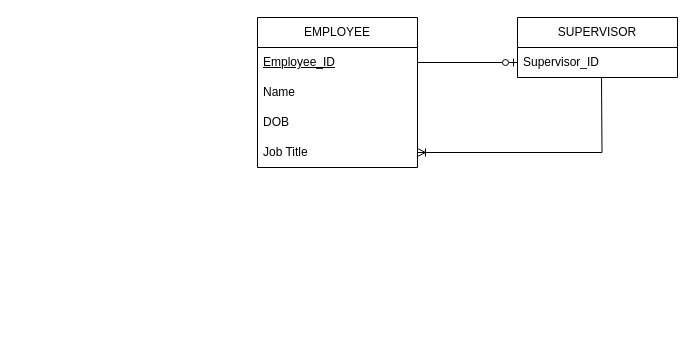
Before: Homework1.drawio in ngimpWT/CIDM3350, a draw.io diagram. Source tidied: cells renumbered, new cells numbered last; positions are measured from the earlier drawing's top-left corner, leaving out a move shared by most shapes. Both pictures are drawn from the tidied source at 100%, with x=0, y=0 at pixel (257, 17).
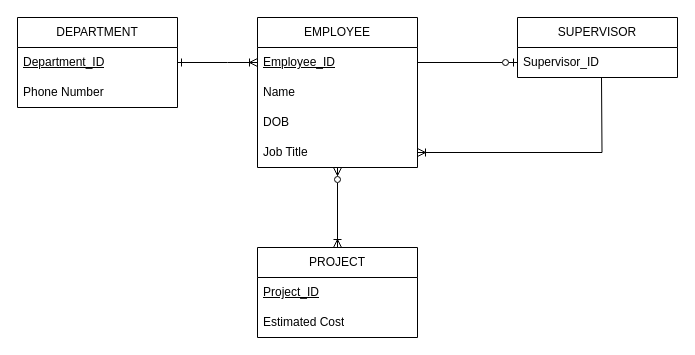
Above is the later version.

The change refers to these unchanged cells:
```xml
<mxCell id="2" value="EMPLOYEE" style="swimlane;fontStyle=0;horizontal=1;startSize=30;whiteSpace=wrap;html=1;" parent="1" vertex="1">
  <mxGeometry width="160" height="150" as="geometry" />
</mxCell>
<mxCell id="3" value="&lt;u&gt;Employee_ID&lt;/u&gt;" style="text;strokeColor=none;fillColor=none;align=left;verticalAlign=middle;spacingLeft=4;spacingRight=4;overflow=hidden;points=[[0,0.5],[1,0.5]];portConstraint=eastwest;whiteSpace=wrap;html=1;" parent="2" vertex="1">
  <mxGeometry y="30" width="160" height="30" as="geometry" />
</mxCell>
```

Change to the diagram source:
```diff
@@
+    <mxCell id="12" style="edgeStyle=orthogonalEdgeStyle;rounded=0;jettySize=auto;html=1;endArrow=ERoneToMany;endFill=0;startArrow=ERzeroToMany;startFill=0;" parent="1" edge="1" source="2" target="14">
+      <mxGeometry relative="1" as="geometry" />
+    </mxCell>
+    <mxCell id="13" style="rounded=0;jettySize=auto;html=1;exitX=0;exitY=0.5;exitDx=0;exitDy=0;startArrow=ERoneToMany;startFill=0;endArrow=ERone;endFill=0;" parent="1" edge="1" source="3" target="17">
+      <mxGeometry relative="1" as="geometry">
+        <Array as="points">
+          <mxPoint x="-30" y="45" />
+        </Array>
+      </mxGeometry>
+    </mxCell>
@@
+    <mxCell id="14" value="PROJECT" style="swimlane;fontStyle=0;horizontal=1;startSize=30;whiteSpace=wrap;html=1;" parent="1" vertex="1">
+      <mxGeometry y="230" width="160" height="90" as="geometry" />
+    </mxCell>
+    <mxCell id="15" value="&lt;u&gt;Project_ID&lt;/u&gt;" style="text;strokeColor=none;fillColor=none;align=left;verticalAlign=middle;spacingLeft=4;spacingRight=4;overflow=hidden;whiteSpace=wrap;html=1;" parent="14" vertex="1">
+      <mxGeometry y="30" width="160" height="30" as="geometry" />
+    </mxCell>
+    <mxCell id="16" value="Estimated Cost" style="text;strokeColor=none;fillColor=none;align=left;verticalAlign=middle;spacingLeft=4;spacingRight=4;overflow=hidden;whiteSpace=wrap;html=1;" parent="14" vertex="1">
+      <mxGeometry y="60" width="160" height="30" as="geometry" />
+    </mxCell>
+    <mxCell id="17" value="DEPARTMENT" style="swimlane;fontStyle=0;horizontal=1;startSize=30;whiteSpace=wrap;html=1;" parent="1" vertex="1">
+      <mxGeometry x="-240" width="160" height="90" as="geometry" />
+    </mxCell>
+    <mxCell id="18" value="&lt;u&gt;Department_ID&lt;/u&gt;" style="text;strokeColor=none;fillColor=none;align=left;verticalAlign=middle;spacingLeft=4;spacingRight=4;overflow=hidden;whiteSpace=wrap;html=1;" parent="17" vertex="1">
+      <mxGeometry y="30" width="160" height="30" as="geometry" />
+    </mxCell>
+    <mxCell id="19" value="Phone Number" style="text;strokeColor=none;fillColor=none;align=left;verticalAlign=middle;spacingLeft=4;spacingRight=4;overflow=hidden;whiteSpace=wrap;html=1;" parent="17" vertex="1">
+      <mxGeometry y="60" width="160" height="30" as="geometry" />
+    </mxCell>
```
